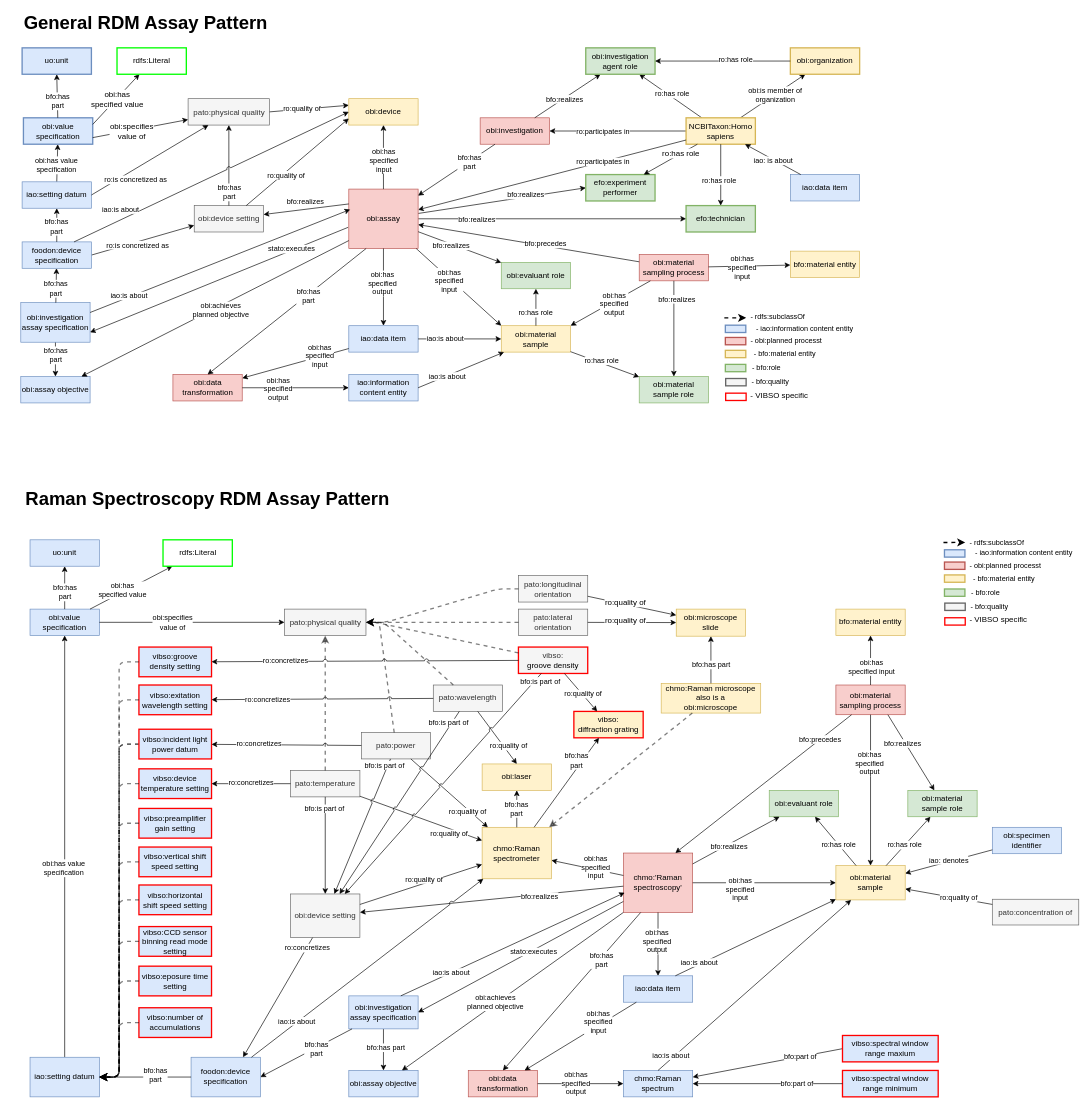
This is page "Raman T-Box" (1 of 3) of docs/images/Raman_spectroscopy_T-Box.drawio from NFDI4Chem/VibrationalSpectroscopyOntology, a draw.io file, before an edit. Source tidied: cells renumbered, new cells numbered last; positions are measured from the earlier drawing's top-left corner, leaving out a move shared by most shapes. Both pictures are drawn from the tidied source at 66%, with x=0, y=0 at pixel (11, 13).
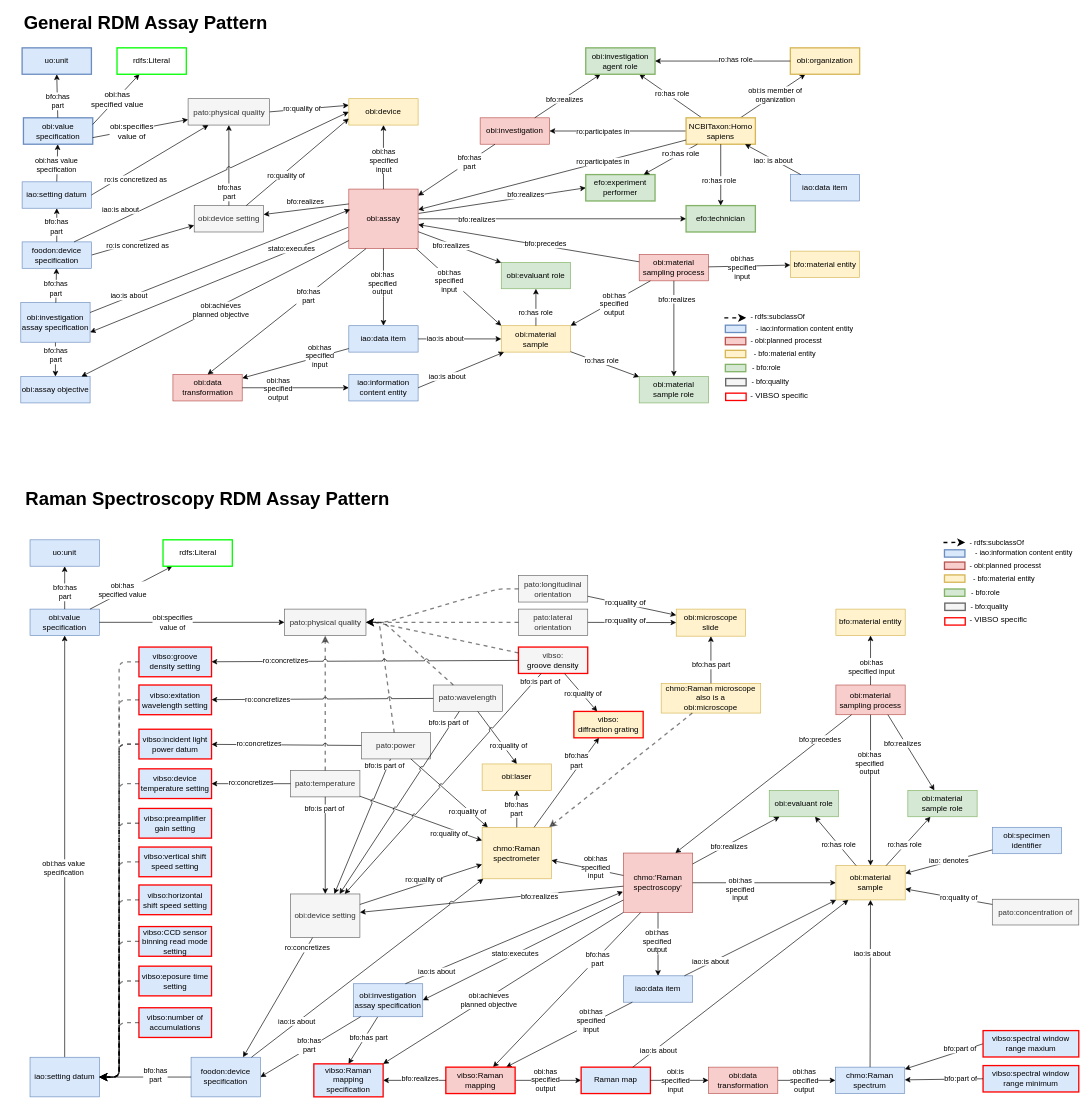
Above is the later version.

Unchanged cells that the change refers to:
```xml
<mxCell id="60" style="edgeStyle=none;rounded=0;jettySize=auto;html=1;exitX=0;exitY=0.5;exitDx=0;exitDy=0;" parent="1" edge="1" source="62" target="87">
  <mxGeometry relative="1" as="geometry" />
</mxCell>
<mxCell id="63" style="edgeStyle=none;rounded=0;jettySize=auto;html=1;exitX=0;exitY=0.5;exitDx=0;exitDy=0;" parent="1" edge="1" source="59" target="87">
  <mxGeometry relative="1" as="geometry" />
</mxCell>
<mxCell id="66" value="&lt;div&gt;chmo:'Raman spectroscopy'&lt;/div&gt;" style="rounded=0;whiteSpace=wrap;html=1;fillColor=#f8cecc;strokeColor=#b85450;" parent="1" vertex="1">
  <mxGeometry x="927" y="1273" width="105" height="90" as="geometry" />
</mxCell>
<mxCell id="67" value="&lt;div&gt;iao:data item&lt;/div&gt;" style="rounded=0;whiteSpace=wrap;html=1;fillColor=#dae8fc;strokeColor=#6c8ebf;arcSize=15;glass=0;shadow=0;" parent="1" vertex="1">
  <mxGeometry x="927" y="1459" width="105" height="40" as="geometry" />
</mxCell>
<mxCell id="81" value="obi:material sample" style="rounded=0;whiteSpace=wrap;html=1;fillColor=#fff2cc;strokeColor=#d6b656;" parent="1" vertex="1">
  <mxGeometry x="1249" y="1292" width="105" height="52" as="geometry" />
</mxCell>
<mxCell id="116" style="rounded=0;jettySize=auto;html=1;jumpStyle=arc;fontColor=#000000;strokeColor=#000000;entryX=1;entryY=0.5;entryDx=0;entryDy=0;" parent="1" edge="1" source="95" target="121">
  <mxGeometry relative="1" as="geometry" />
</mxCell>
<mxCell id="119" style="rounded=0;jettySize=auto;html=1;strokeColor=#000000;fontColor=#000000;entryX=1;entryY=0.5;entryDx=0;entryDy=0;" parent="1" edge="1" source="66" target="95">
  <mxGeometry relative="1" as="geometry" />
</mxCell>
<mxCell id="140" style="rounded=0;jettySize=auto;html=1;jumpStyle=arc;strokeColor=#000000;fontColor=#000000;exitX=0.5;exitY=0;exitDx=0;exitDy=0;" parent="1" edge="1" source="87" target="81">
  <mxGeometry relative="1" as="geometry" />
</mxCell>
```

Change to the diagram source:
```diff
@@
     <mxCell id="59" value="vibso:spectral window range minimum" style="rounded=0;whiteSpace=wrap;html=1;fillColor=#dae8fc;strokeColor=#FF0000;strokeWidth=2;fontSize=12;" parent="1" vertex="1">
-      <mxGeometry x="1259" y="1602.4" width="145" height="40" as="geometry" />
+      <mxGeometry x="1472" y="1595" width="145" height="40" as="geometry" />
     </mxCell>
@@
     <mxCell id="61" value="bfo:part of" style="edgeLabel;html=1;align=center;verticalAlign=middle;" parent="60" vertex="1">
       <mxGeometry x="0.2" y="3" relative="1" as="geometry">
-        <mxPoint x="72" y="-18" as="offset" />
+        <mxPoint x="35" y="-18" as="offset" />
       </mxGeometry>
     </mxCell>
     <mxCell id="62" value="vibso:spectral window range maxium" style="rounded=0;whiteSpace=wrap;html=1;fillColor=#dae8fc;strokeColor=#FF0000;strokeWidth=2;fontSize=12;" parent="1" vertex="1">
-      <mxGeometry x="1259" y="1549.4" width="145" height="40" as="geometry" />
+      <mxGeometry x="1472" y="1542" width="145" height="40" as="geometry" />
     </mxCell>
@@
     <mxCell id="64" value="bfo:part of" style="edgeLabel;html=1;align=center;verticalAlign=middle;" parent="63" vertex="1">
       <mxGeometry x="0.2" y="3" relative="1" as="geometry">
-        <mxPoint x="66" y="-3" as="offset" />
+        <mxPoint x="36" y="-4" as="offset" />
       </mxGeometry>
     </mxCell>
@@
-    <mxCell id="84" value="&lt;div&gt;obi:data transformation&lt;br&gt;&lt;/div&gt;" style="rounded=0;whiteSpace=wrap;html=1;fillColor=#f8cecc;strokeColor=#b85450;" parent="1" vertex="1">
-      <mxGeometry x="692" y="1602.4" width="105" height="40" as="geometry" />
-    </mxCell>
-    <mxCell id="85" style="rounded=0;jettySize=auto;html=1;jumpStyle=arc;strokeColor=#000000;fontColor=#000000;" parent="1" edge="1" source="84" target="87">
+    <mxCell id="85" style="rounded=0;jettySize=auto;html=1;jumpStyle=arc;strokeColor=#000000;fontColor=#000000;entryX=0;entryY=0.5;entryDx=0;entryDy=0;" parent="1" edge="1" source="318" target="321">
       <mxGeometry relative="1" as="geometry" />
     </mxCell>
@@
     <mxCell id="87" value="chmo:Raman spectrum" style="rounded=0;whiteSpace=wrap;html=1;fillColor=#dae8fc;strokeColor=#6c8ebf;arcSize=15;glass=0;shadow=0;" parent="1" vertex="1">
-      <mxGeometry x="927" y="1602.4" width="105" height="40" as="geometry" />
+      <mxGeometry x="1248.3" y="1597.4" width="105" height="40" as="geometry" />
     </mxCell>
-    <mxCell id="88" style="rounded=0;jettySize=auto;html=1;" parent="1" edge="1" source="67" target="84">
+    <mxCell id="88" style="rounded=0;jettySize=auto;html=1;" parent="1" edge="1" source="67" target="318">
       <mxGeometry relative="1" as="geometry" />
     </mxCell>
@@
-    <mxCell id="90" value="obi:assay objective" style="rounded=0;whiteSpace=wrap;html=1;fillColor=#dae8fc;strokeColor=#6c8ebf;" parent="1" vertex="1">
-      <mxGeometry x="511" y="1602.4" width="105" height="40" as="geometry" />
-    </mxCell>
-    <mxCell id="91" style="rounded=0;jettySize=auto;html=1;jumpStyle=arc;fontColor=#000000;strokeColor=#000000;" parent="1" edge="1" source="95" target="90">
+    <mxCell id="91" style="rounded=0;jettySize=auto;html=1;jumpStyle=arc;fontColor=#000000;strokeColor=#000000;entryX=0.5;entryY=0;entryDx=0;entryDy=0;" parent="1" edge="1" source="95" target="316">
       <mxGeometry relative="1" as="geometry" />
     </mxCell>
@@
-    <mxCell id="93" style="rounded=0;jettySize=auto;html=1;exitX=0;exitY=1;exitDx=0;exitDy=0;" parent="1" edge="1" source="66" target="90">
-      <mxGeometry relative="1" as="geometry" />
-    </mxCell>
-    <mxCell id="94" value="&lt;div&gt;obi:achieves&lt;/div&gt;&lt;div&gt;planned objective&lt;br&gt;&lt;/div&gt;" style="edgeLabel;html=1;align=center;verticalAlign=middle;" parent="93" vertex="1">
-      <mxGeometry x="-0.29" y="-4" relative="1" as="geometry">
-        <mxPoint x="-73" y="54" as="offset" />
-      </mxGeometry>
-    </mxCell>
     <mxCell id="95" value="&lt;div&gt;obi:investigation&lt;/div&gt;&lt;div&gt;assay specification&lt;br&gt;&lt;/div&gt;" style="rounded=0;whiteSpace=wrap;html=1;fillColor=#dae8fc;strokeColor=#6c8ebf;" parent="1" vertex="1">
-      <mxGeometry x="511" y="1489.4" width="105" height="50" as="geometry" />
+      <mxGeometry x="518" y="1471" width="105" height="50" as="geometry" />
     </mxCell>
-    <mxCell id="96" style="rounded=0;jettySize=auto;html=1;exitX=0.75;exitY=0;exitDx=0;exitDy=0;entryX=0.019;entryY=0.667;entryDx=0;entryDy=0;entryPerimeter=0;" parent="1" edge="1" source="95" target="66">
+    <mxCell id="96" style="rounded=0;jettySize=auto;html=1;exitX=0.75;exitY=0;exitDx=0;exitDy=0;entryX=-0.006;entryY=0.649;entryDx=0;entryDy=0;entryPerimeter=0;" parent="1" edge="1" source="95" target="66">
       <mxGeometry relative="1" as="geometry" />
     </mxCell>
     <mxCell id="97" value="iao:is about" style="edgeLabel;html=1;align=center;verticalAlign=middle;" parent="96" vertex="1">
       <mxGeometry x="0.23" y="-2" relative="1" as="geometry">
-        <mxPoint x="-134" y="59" as="offset" />
+        <mxPoint x="-157" y="65" as="offset" />
       </mxGeometry>
     </mxCell>
@@
-    <mxCell id="99" style="rounded=0;jettySize=auto;html=1;jumpStyle=arc;strokeColor=#000000;fontColor=#000000;exitX=0.75;exitY=0;exitDx=0;exitDy=0;" parent="1" edge="1" source="67" target="81">
+    <mxCell id="99" style="rounded=0;jettySize=auto;html=1;jumpStyle=arc;strokeColor=#000000;fontColor=#000000;" parent="1" edge="1" source="67" target="81">
       <mxGeometry relative="1" as="geometry" />
     </mxCell>
     <mxCell id="100" value="&lt;div&gt;iao:is about&lt;/div&gt;" style="edgeLabel;html=1;align=center;verticalAlign=middle;fontColor=#000000;" parent="99" vertex="1">
       <mxGeometry x="0.23" y="-2" relative="1" as="geometry">
-        <mxPoint x="-115" y="49" as="offset" />
+        <mxPoint x="-103" y="46" as="offset" />
       </mxGeometry>
     </mxCell>
@@
     <mxCell id="117" value="&lt;div&gt;bfo:has &lt;br&gt;&lt;/div&gt;&lt;div&gt;part&lt;/div&gt;" style="edgeLabel;html=1;align=center;verticalAlign=middle;fontColor=#000000;" parent="116" vertex="1">
-      <mxGeometry x="-0.21" y="1" relative="1" as="geometry" />
+      <mxGeometry x="-0.21" y="1" relative="1" as="geometry">
+        <mxPoint x="-19" y="6" as="offset" />
+      </mxGeometry>
     </mxCell>
@@
     <mxCell id="120" value="stato:executes" style="edgeLabel;html=1;align=center;verticalAlign=middle;fontColor=#000000;" parent="119" vertex="1">
       <mxGeometry x="-0.23" y="-1" relative="1" as="geometry">
-        <mxPoint x="-16" y="12" as="offset" />
+        <mxPoint x="-47" y="24" as="offset" />
       </mxGeometry>
     </mxCell>
@@
-    <mxCell id="138" style="rounded=0;jettySize=auto;html=1;jumpStyle=arc;fontColor=#000000;strokeColor=#000000;entryX=0.5;entryY=0;entryDx=0;entryDy=0;exitX=0.25;exitY=1;exitDx=0;exitDy=0;" parent="1" edge="1" source="66" target="84">
+    <mxCell id="138" style="rounded=0;jettySize=auto;html=1;jumpStyle=arc;fontColor=#000000;strokeColor=#000000;exitX=0.25;exitY=1;exitDx=0;exitDy=0;" parent="1" edge="1" source="66" target="318">
       <mxGeometry relative="1" as="geometry" />
     </mxCell>
@@
     <mxCell id="141" value="&lt;div&gt;iao:is about&lt;/div&gt;" style="edgeLabel;html=1;align=center;verticalAlign=middle;fontColor=#000000;" parent="140" vertex="1">
       <mxGeometry x="0.23" y="-2" relative="1" as="geometry">
-        <mxPoint x="-162" y="134" as="offset" />
+        <mxPoint y="-17" as="offset" />
       </mxGeometry>
     </mxCell>
@@
+    <mxCell id="316" value="vibso:Raman mapping specification" style="text;whiteSpace=wrap;html=1;fillColor=#dae8fc;strokeColor=#FF0000;verticalAlign=middle;align=center;strokeWidth=2;" parent="1" vertex="1">
+      <mxGeometry x="458" y="1592.4" width="105" height="50" as="geometry" />
+    </mxCell>
+    <mxCell id="317" style="rounded=0;jettySize=auto;html=1;exitX=0;exitY=1;exitDx=0;exitDy=0;entryX=1;entryY=0;entryDx=0;entryDy=0;" parent="1" edge="1" source="66" target="316">
+      <mxGeometry relative="1" as="geometry" />
+    </mxCell>
+    <mxCell id="94" value="&lt;div&gt;obi:achieves&lt;/div&gt;&lt;div&gt;planned objective&lt;br&gt;&lt;/div&gt;" style="edgeLabel;html=1;align=center;verticalAlign=middle;" parent="317" vertex="1">
+      <mxGeometry x="-0.29" y="-4" relative="1" as="geometry">
+        <mxPoint x="-73" y="54" as="offset" />
+      </mxGeometry>
+    </mxCell>
+    <mxCell id="318" value="vibso:Raman mapping" style="text;whiteSpace=wrap;html=1;fillColor=#f8cecc;strokeColor=#FF0000;strokeWidth=2;verticalAlign=middle;align=center;" parent="1" vertex="1">
+      <mxGeometry x="658" y="1597.4" width="105" height="40" as="geometry" />
+    </mxCell>
+    <mxCell id="319" style="rounded=0;jettySize=auto;html=1;jumpStyle=arc;strokeColor=#000000;fontColor=#000000;exitX=0;exitY=0.5;exitDx=0;exitDy=0;entryX=1;entryY=0.5;entryDx=0;entryDy=0;" parent="1" edge="1" source="318" target="316">
+      <mxGeometry relative="1" as="geometry" />
+    </mxCell>
+    <mxCell id="320" value="bfo:realizes" style="edgeLabel;html=1;align=center;verticalAlign=middle;fontColor=#000000;" parent="319" vertex="1">
+      <mxGeometry x="-0.31" y="2" relative="1" as="geometry">
+        <mxPoint x="-7" y="-5" as="offset" />
+      </mxGeometry>
+    </mxCell>
+    <mxCell id="321" value="Raman map" style="text;whiteSpace=wrap;html=1;fillColor=#dae8fc;strokeColor=#FF0000;align=center;verticalAlign=middle;strokeWidth=2;" parent="1" vertex="1">
+      <mxGeometry x="863" y="1597.4" width="105" height="40" as="geometry" />
+    </mxCell>
+    <mxCell id="84" value="&lt;div&gt;obi:data transformation&lt;br&gt;&lt;/div&gt;" style="rounded=0;whiteSpace=wrap;html=1;fillColor=#f8cecc;strokeColor=#b85450;" parent="1" vertex="1">
+      <mxGeometry x="1056" y="1597.4" width="105" height="40" as="geometry" />
+    </mxCell>
+    <mxCell id="322" style="rounded=0;jettySize=auto;html=1;jumpStyle=arc;strokeColor=#000000;fontColor=#000000;" parent="1" edge="1" source="321" target="81">
+      <mxGeometry relative="1" as="geometry" />
+    </mxCell>
+    <mxCell id="323" value="&lt;div&gt;iao:is about&lt;/div&gt;" style="edgeLabel;html=1;align=center;verticalAlign=middle;fontColor=#000000;" parent="322" vertex="1">
+      <mxGeometry x="0.23" y="-2" relative="1" as="geometry">
+        <mxPoint x="-164" y="128" as="offset" />
+      </mxGeometry>
+    </mxCell>
+    <mxCell id="324" style="rounded=0;jettySize=auto;html=1;" parent="1" edge="1" source="321" target="84">
+      <mxGeometry relative="1" as="geometry" />
+    </mxCell>
+    <mxCell id="325" value="&lt;div class=&quot;node-metadata-label&quot;&gt;&lt;/div&gt;&lt;div class=&quot;col-sm-8 col-md-9 node-metadata-value&quot;&gt;obi:is&lt;br&gt;&lt;/div&gt;&lt;div class=&quot;col-sm-8 col-md-9 node-metadata-value&quot;&gt;specified &lt;br&gt;&lt;/div&gt;&lt;div class=&quot;col-sm-8 col-md-9 node-metadata-value&quot;&gt;input&lt;/div&gt;" style="edgeLabel;html=1;align=center;verticalAlign=middle;" parent="324" vertex="1">
+      <mxGeometry x="-0.42" y="-1" relative="1" as="geometry">
+        <mxPoint x="11" y="-1" as="offset" />
+      </mxGeometry>
+    </mxCell>
+    <mxCell id="326" style="rounded=0;jettySize=auto;html=1;jumpStyle=arc;strokeColor=#000000;fontColor=#000000;entryX=0;entryY=0.5;entryDx=0;entryDy=0;exitX=1;exitY=0.5;exitDx=0;exitDy=0;" parent="1" edge="1" source="84" target="87">
+      <mxGeometry relative="1" as="geometry" />
+    </mxCell>
+    <mxCell id="327" value="&lt;div&gt;obi:has &lt;br&gt;&lt;/div&gt;&lt;div&gt;specified &lt;br&gt;&lt;/div&gt;&lt;div&gt;output&lt;/div&gt;" style="edgeLabel;html=1;align=center;verticalAlign=middle;fontColor=#000000;" parent="326" vertex="1">
+      <mxGeometry x="-0.22" y="2" relative="1" as="geometry">
+        <mxPoint x="5" y="2" as="offset" />
+      </mxGeometry>
+    </mxCell>
```
